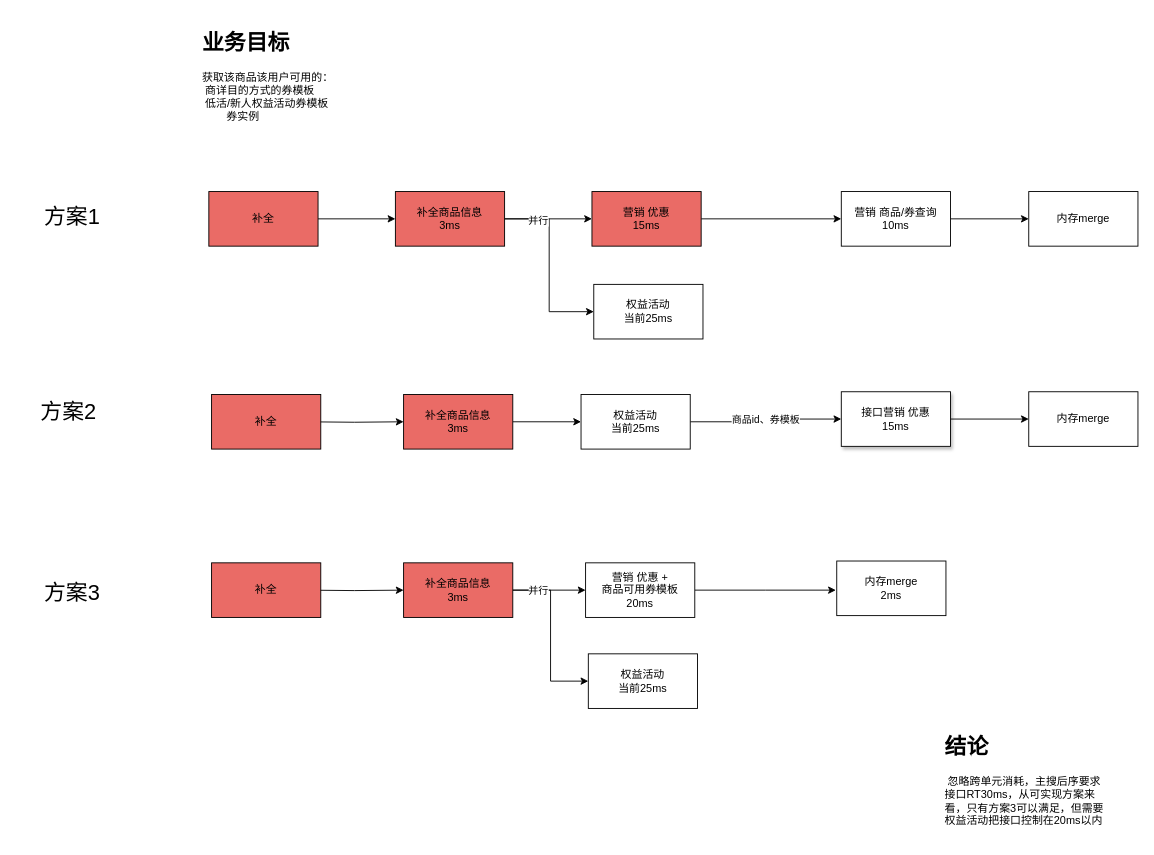
Before: page "第 3 页" (3 of 4) of study.drawio in xzl1428288773/xiaoshuai, a draw.io diagram. Source tidied: cells renumbered, new cells numbered last; positions are measured from the earlier drawing's top-left corner, leaving out a move shared by most shapes. Both pictures are drawn from the tidied source at 91%, with x=0, y=0 at pixel (15, 25).
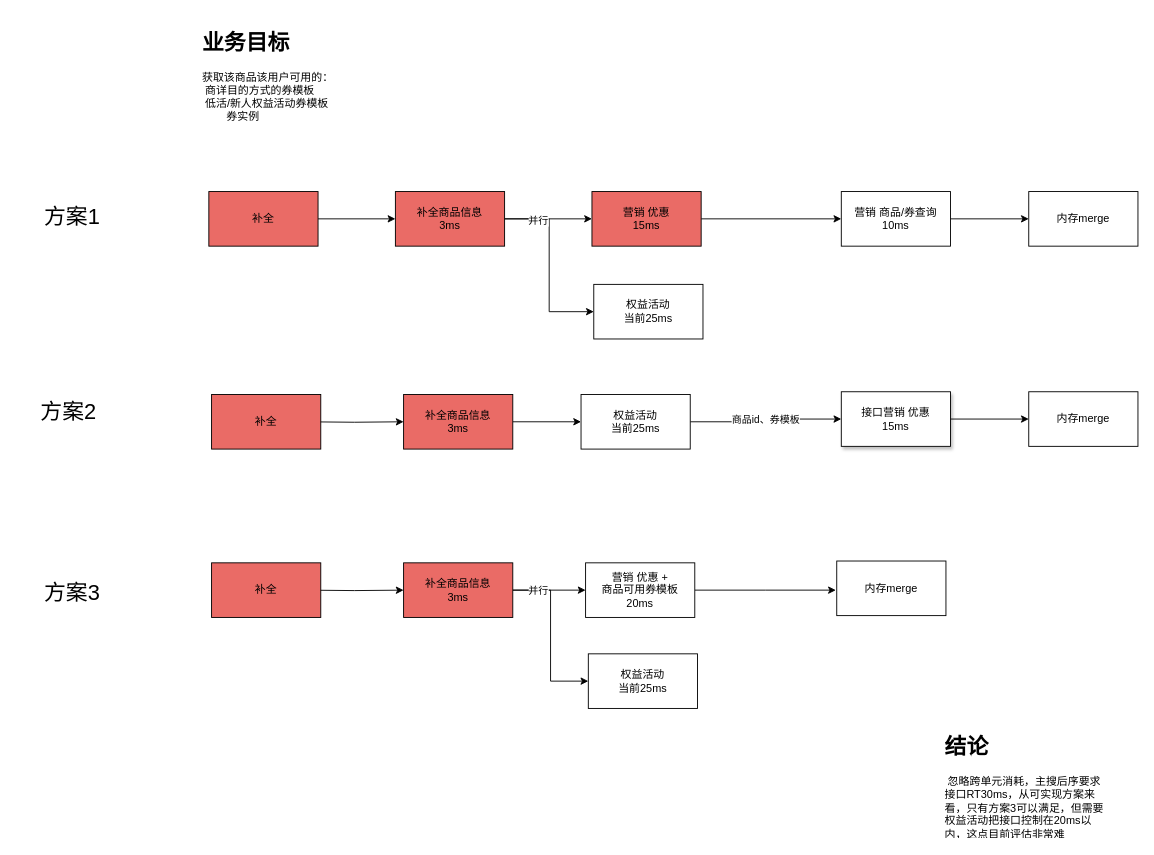
The same page after the edit.

Diff of the diagram source:
```diff
@@
-    <mxCell id="28" value="内存merge&lt;br&gt;2ms" style="rounded=0;whiteSpace=wrap;html=1;" parent="1" vertex="1">
+    <mxCell id="28" value="内存merge" style="rounded=0;whiteSpace=wrap;html=1;" parent="1" vertex="1">
       <mxGeometry x="902" y="589" width="120" height="60" as="geometry" />
     </mxCell>
@@
-    <mxCell id="37" value="&lt;h1&gt;结论&lt;/h1&gt;&lt;div&gt;&lt;span style=&quot;white-space: pre;&quot;&gt; &lt;/span&gt;忽略跨单元消耗，主搜后序要求接口RT30ms，从可实现方案来看，只有方案3可以满足，但需要权益活动把接口控制在20ms以内&lt;br&gt;&lt;/div&gt;" style="text;html=1;strokeColor=none;fillColor=none;spacing=5;spacingTop=-20;whiteSpace=wrap;overflow=hidden;rounded=0;" parent="1" vertex="1">
+    <mxCell id="37" value="&lt;h1&gt;结论&lt;/h1&gt;&lt;div&gt;&lt;span style=&quot;white-space: pre;&quot;&gt; &lt;/span&gt;忽略跨单元消耗，主搜后序要求接口RT30ms，从可实现方案来看，只有方案3可以满足，但需要权益活动把接口控制在20ms以内，这点目前评估非常难&lt;br&gt;&lt;/div&gt;" style="text;html=1;strokeColor=none;fillColor=none;spacing=5;spacingTop=-20;whiteSpace=wrap;overflow=hidden;rounded=0;" parent="1" vertex="1">
       <mxGeometry x="1016" y="774" width="190" height="120" as="geometry" />
     </mxCell>
```
